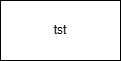
Before: lpic_305_part1/xen/xen_images/Untitled Diagram.drawio.png, a diagram exported from draw.io (Tim-tech1209/Redhat_server_setup). Source tidied: cells renumbered, new cells last; positions are measured from the earlier drawing's top-left corner, leaving out a move shared by most shapes.
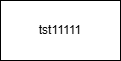
Above is the later version.

The edit, as a diff of the source:
```diff
@@ -2,7 +2,7 @@
   <root>
     <mxCell id="0" />
     <mxCell id="1" parent="0" />
-    <mxCell id="2" value="tst" style="rounded=0;whiteSpace=wrap;html=1;" parent="1" vertex="1">
+    <mxCell id="2" value="tst11111" style="rounded=0;whiteSpace=wrap;html=1;" parent="1" vertex="1">
       <mxGeometry width="120" height="60" as="geometry" />
     </mxCell>
   </root>
```
